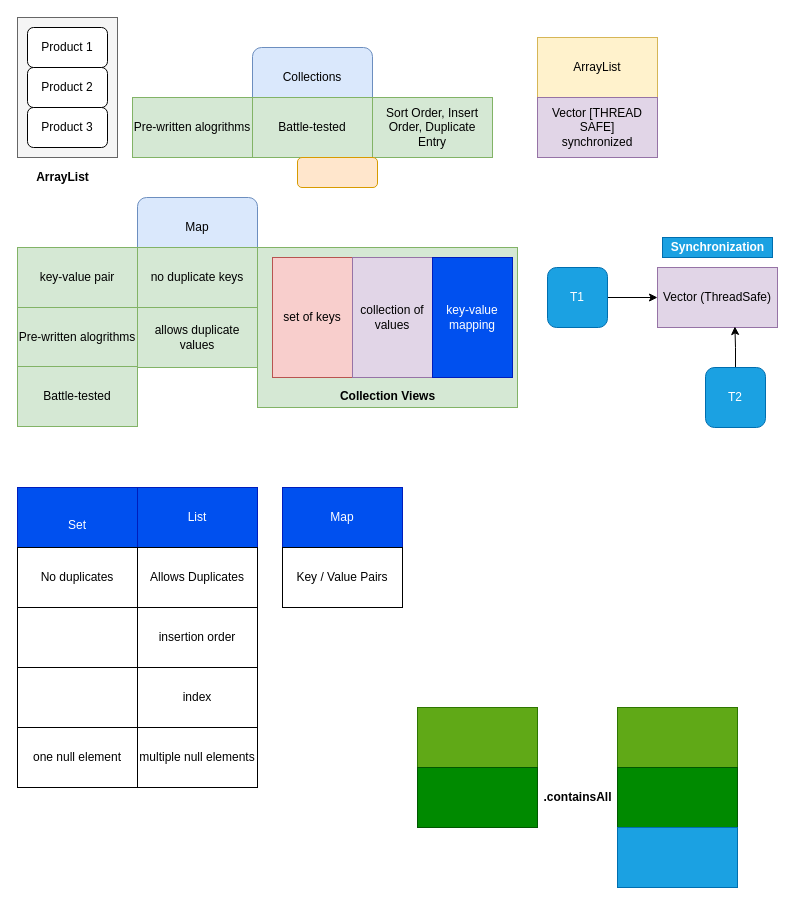
The draw.io diagram page "Collections" (11 of 14) of java/diagrams/java-workflow.drawio in aukokyong/jfs-master, before the edit. Source tidied: cells renumbered, new cells numbered last; positions are measured from the earlier drawing's top-left corner, leaving out a move shared by most shapes. Both pictures are drawn from the tidied source at 100%, with x=0, y=0 at pixel (17, 17).
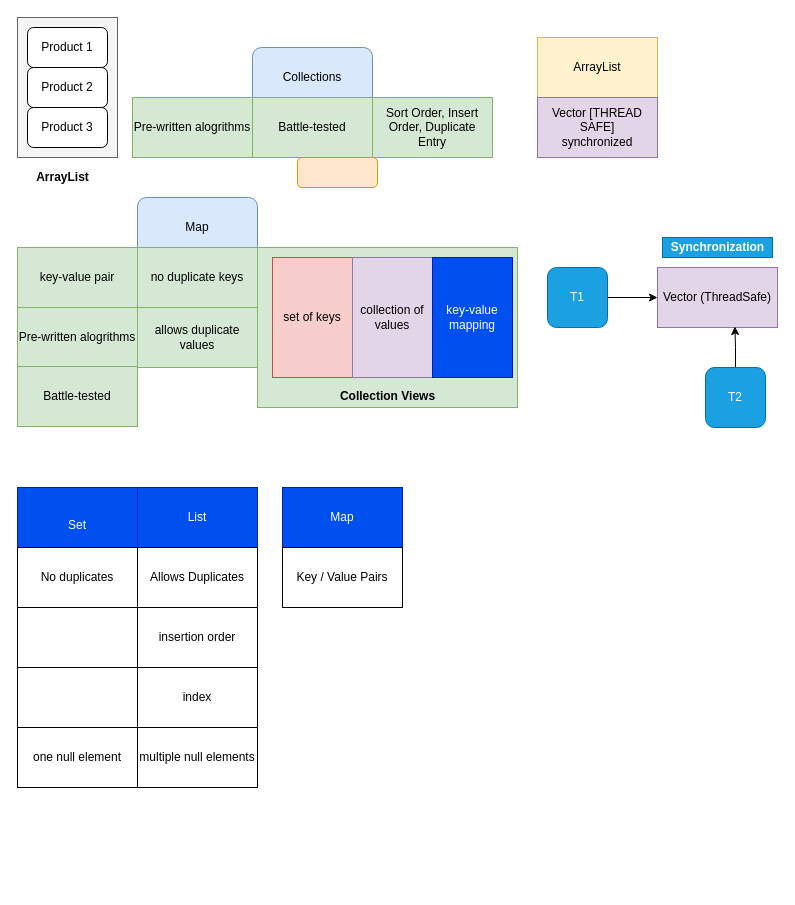
The same diagram, later.

Diff of the diagram source:
```diff
@@
-    <mxCell id="34" style="rounded=0;whiteSpace=wrap;html=1;fillColor=#60a917;strokeColor=#2D7600;fontColor=#ffffff;" parent="1" vertex="1">
-      <mxGeometry x="400" y="690" width="120" height="60" as="geometry" />
-    </mxCell>
-    <mxCell id="35" style="rounded=0;whiteSpace=wrap;html=1;fillColor=#008a00;strokeColor=#005700;fontColor=#ffffff;" parent="1" vertex="1">
-      <mxGeometry x="400" y="750" width="120" height="60" as="geometry" />
-    </mxCell>
-    <mxCell id="36" value=".containsAll" style="text;html=1;align=center;verticalAlign=middle;fontStyle=1;" parent="1" vertex="1">
-      <mxGeometry x="520" y="770" width="80" height="20" as="geometry" />
-    </mxCell>
-    <mxCell id="37" style="rounded=0;whiteSpace=wrap;html=1;fillColor=#60a917;strokeColor=#2D7600;fontColor=#ffffff;" parent="1" vertex="1">
-      <mxGeometry x="600" y="690" width="120" height="60" as="geometry" />
-    </mxCell>
-    <mxCell id="38" style="rounded=0;whiteSpace=wrap;html=1;fillColor=#008a00;strokeColor=#005700;fontColor=#ffffff;" parent="1" vertex="1">
-      <mxGeometry x="600" y="750" width="120" height="60" as="geometry" />
-    </mxCell>
-    <mxCell id="39" style="rounded=0;whiteSpace=wrap;html=1;fillColor=#1ba1e2;strokeColor=#006EAF;fontColor=#ffffff;" parent="1" vertex="1">
-      <mxGeometry x="600" y="810" width="120" height="60" as="geometry" />
-    </mxCell>
```
